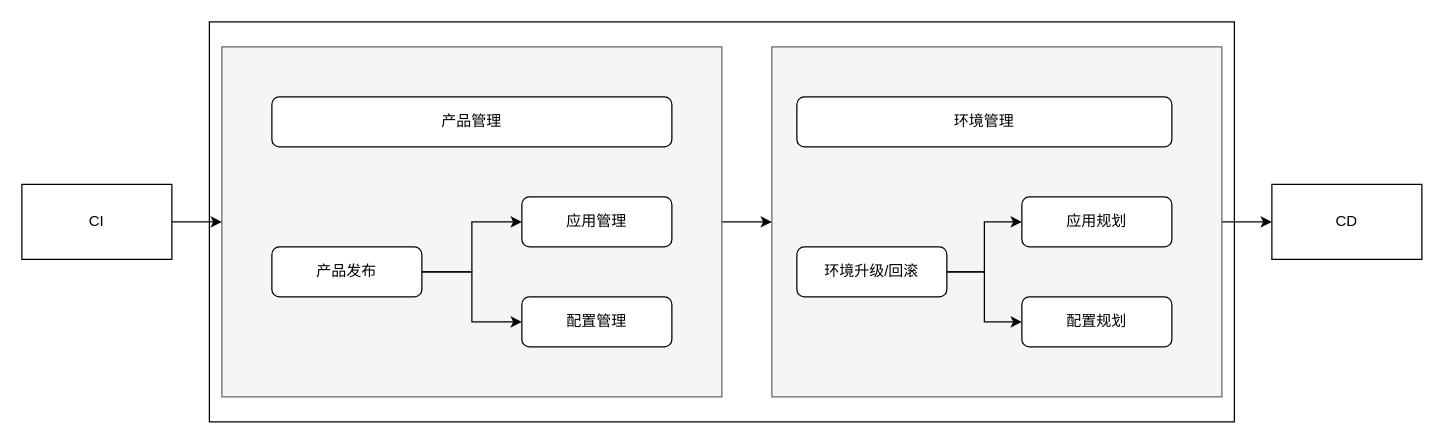
The draw.io diagram doc/design/deliver.drawio in breeve/deliver, before the edit. Source tidied: cells renumbered, new cells numbered last; positions are measured from the earlier drawing's top-left corner, leaving out a move shared by most shapes. Both pictures are drawn from the tidied source at 125%, with x=0, y=0 at pixel (21, 21).
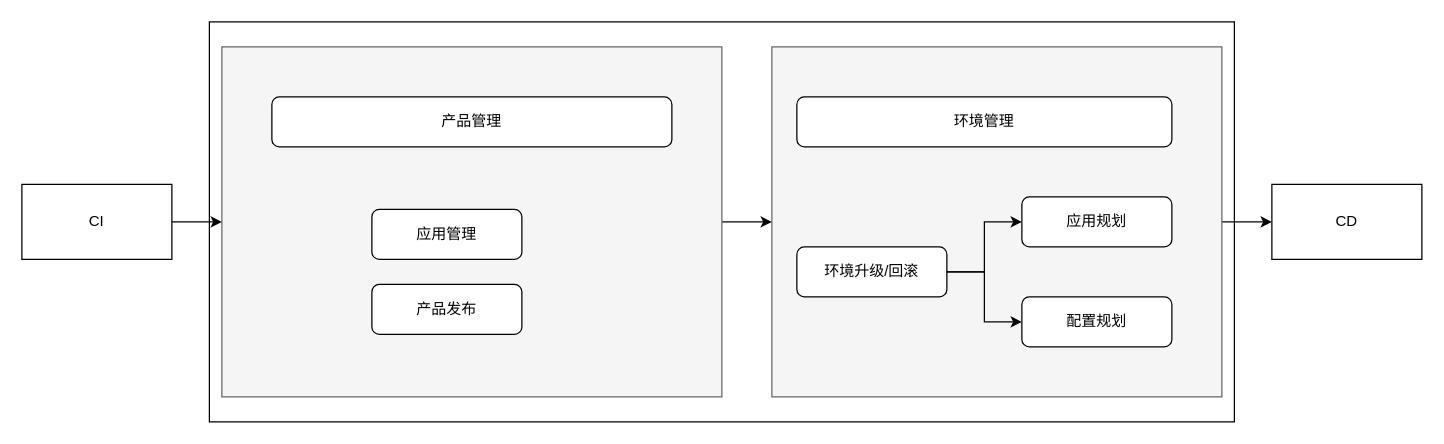
Above is the later version.

Diff of the diagram source:
```diff
@@
     <mxCell id="9" value="应用管理" style="rounded=1;whiteSpace=wrap;html=1;" parent="1" vertex="1">
-      <mxGeometry x="400" y="140" width="120" height="40" as="geometry" />
+      <mxGeometry x="280" y="150" width="120" height="40" as="geometry" />
     </mxCell>
-    <mxCell id="10" value="配置管理" style="rounded=1;whiteSpace=wrap;html=1;" parent="1" vertex="1">
-      <mxGeometry x="400" y="220" width="120" height="40" as="geometry" />
-    </mxCell>
@@
-    <mxCell id="13" style="edgeStyle=orthogonalEdgeStyle;rounded=0;jettySize=auto;html=1;exitX=1;exitY=0.5;exitDx=0;exitDy=0;" parent="1" edge="1" source="15" target="9">
-      <mxGeometry relative="1" as="geometry" />
-    </mxCell>
-    <mxCell id="14" style="edgeStyle=orthogonalEdgeStyle;rounded=0;jettySize=auto;html=1;exitX=1;exitY=0.5;exitDx=0;exitDy=0;" parent="1" edge="1" source="15" target="10">
-      <mxGeometry relative="1" as="geometry" />
-    </mxCell>
     <mxCell id="15" value="产品发布" style="rounded=1;whiteSpace=wrap;html=1;" parent="1" vertex="1">
-      <mxGeometry x="200" y="180" width="120" height="40" as="geometry" />
+      <mxGeometry x="280" y="210" width="120" height="40" as="geometry" />
     </mxCell>
```
